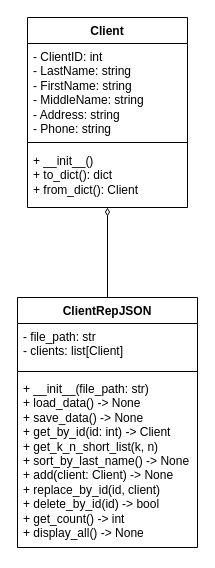
Before: 2_lab_v2/ClientRepJSON/ClientRepJSON.drawio in Di-Liks/InformationSystemsDesign, a draw.io diagram. Source tidied: cells renumbered, new cells numbered last; positions are measured from the earlier drawing's top-left corner, leaving out a move shared by most shapes. Both pictures are drawn from the tidied source at 100%, with x=0, y=0 at pixel (17, 17).
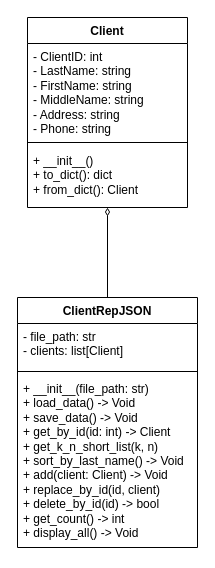
The same page after the edit.

Commit message (it also covers changes not shown here):
The 1st item has been updated

Diff of the diagram source:
```diff
@@
 <mxGraphModel>
   <root>
     <mxCell id="0" />
     <mxCell id="1" parent="0" />
     <mxCell id="2" value="Client" style="swimlane;fontStyle=1;align=center;verticalAlign=top;horizontal=1;startSize=26;whiteSpace=wrap;html=1;" parent="1" vertex="1">
       <mxGeometry x="10" width="160" height="190" as="geometry" />
     </mxCell>
     <mxCell id="3" value="- ClientID: int&lt;div&gt;- LastName: string&lt;div&gt;- FirstName: string&lt;div&gt;- MiddleName: string&lt;div&gt;- Address: string&lt;div&gt;- Phone:&amp;nbsp;&lt;span style=&quot;background-color: initial;&quot;&gt;string&lt;/span&gt;&lt;/div&gt;&lt;/div&gt;&lt;/div&gt;&lt;/div&gt;&lt;/div&gt;" style="text;strokeColor=none;fillColor=none;align=left;verticalAlign=top;spacingLeft=4;spacingRight=4;overflow=hidden;whiteSpace=wrap;html=1;" parent="2" vertex="1">
       <mxGeometry y="26" width="160" height="94" as="geometry" />
     </mxCell>
     <mxCell id="4" style="line;strokeWidth=1;fillColor=none;align=left;verticalAlign=middle;spacingTop=-1;spacingLeft=3;spacingRight=3;labelPosition=right;strokeColor=inherit;" parent="2" vertex="1">
       <mxGeometry y="120" width="160" height="10" as="geometry" />
     </mxCell>
     <mxCell id="5" value="+ __init__()&lt;div&gt;+ to_dict(): dict&lt;div&gt;+ from_dict(): Client&lt;/div&gt;&lt;/div&gt;" style="text;strokeColor=none;fillColor=none;align=left;verticalAlign=top;spacingLeft=4;spacingRight=4;overflow=hidden;whiteSpace=wrap;html=1;" parent="2" vertex="1">
       <mxGeometry y="130" width="160" height="60" as="geometry" />
     </mxCell>
     <mxCell id="6" style="edgeStyle=orthogonalEdgeStyle;rounded=0;jettySize=auto;html=1;startArrow=none;startFill=0;endArrow=diamondThin;endFill=0;" parent="1" edge="1" source="7" target="2">
       <mxGeometry relative="1" as="geometry" />
     </mxCell>
     <mxCell id="7" value="ClientRepJSON" style="swimlane;fontStyle=1;align=center;verticalAlign=top;horizontal=1;startSize=26;whiteSpace=wrap;html=1;" parent="1" vertex="1">
       <mxGeometry y="280" width="180" height="250" as="geometry" />
     </mxCell>
     <mxCell id="8" value="- file_path: str&lt;div&gt;- clients: list[Client]&lt;/div&gt;" style="text;strokeColor=none;fillColor=none;align=left;verticalAlign=top;spacingLeft=4;spacingRight=4;overflow=hidden;whiteSpace=wrap;html=1;" parent="7" vertex="1">
       <mxGeometry y="26" width="180" height="44" as="geometry" />
     </mxCell>
     <mxCell id="9" style="line;strokeWidth=1;fillColor=none;align=left;verticalAlign=middle;spacingTop=-1;spacingLeft=3;spacingRight=3;labelPosition=right;strokeColor=inherit;" parent="7" vertex="1">
       <mxGeometry y="70" width="180" height="8" as="geometry" />
     </mxCell>
-    <mxCell id="10" value="+ __init__(file_path: str)&lt;div&gt;+ load_data() -&amp;gt; None&lt;/div&gt;&lt;div&gt;+ save_data() -&amp;gt; None&lt;/div&gt;&lt;div&gt;+ get_by_id(id: int) -&amp;gt; Client&lt;/div&gt;&lt;div&gt;+ get_k_n_short_list(k, n)&lt;/div&gt;&lt;div&gt;+ sort_by_last_name() -&amp;gt; None&lt;/div&gt;&lt;div&gt;+ add(client: Client) -&amp;gt; None&lt;/div&gt;&lt;div&gt;+ replace_by_id(id, client)&lt;/div&gt;&lt;div&gt;+ delete_by_id(id) -&amp;gt; bool&lt;/div&gt;&lt;div&gt;+ get_count() -&amp;gt; int&lt;/div&gt;&lt;div&gt;+ display_all() -&amp;gt; None&lt;/div&gt;" style="text;strokeColor=none;fillColor=none;align=left;verticalAlign=top;spacingLeft=4;spacingRight=4;overflow=hidden;whiteSpace=wrap;html=1;" parent="7" vertex="1">
+    <mxCell id="10" value="+ __init__(file_path: str)&lt;div&gt;+ load_data() -&amp;gt; Void&lt;/div&gt;&lt;div&gt;+ save_data() -&amp;gt;&amp;nbsp;&lt;span style=&quot;background-color: initial;&quot;&gt;Void&lt;/span&gt;&lt;/div&gt;&lt;div&gt;+ get_by_id(id: int) -&amp;gt; Client&lt;/div&gt;&lt;div&gt;+ get_k_n_short_list(k, n)&lt;/div&gt;&lt;div&gt;+ sort_by_last_name() -&amp;gt;&amp;nbsp;&lt;span style=&quot;background-color: initial;&quot;&gt;Void&lt;/span&gt;&lt;/div&gt;&lt;div&gt;+ add(client: Client) -&amp;gt;&amp;nbsp;&lt;span style=&quot;background-color: initial;&quot;&gt;Void&lt;/span&gt;&lt;/div&gt;&lt;div&gt;+ replace_by_id(id, client)&lt;/div&gt;&lt;div&gt;+ delete_by_id(id) -&amp;gt; bool&lt;/div&gt;&lt;div&gt;+ get_count() -&amp;gt; int&lt;/div&gt;&lt;div&gt;+ display_all() -&amp;gt;&amp;nbsp;&lt;span style=&quot;background-color: initial;&quot;&gt;Void&lt;/span&gt;&lt;/div&gt;" style="text;strokeColor=none;fillColor=none;align=left;verticalAlign=top;spacingLeft=4;spacingRight=4;overflow=hidden;whiteSpace=wrap;html=1;" parent="7" vertex="1">
       <mxGeometry y="78" width="180" height="172" as="geometry" />
     </mxCell>
   </root>
 </mxGraphModel>
```
